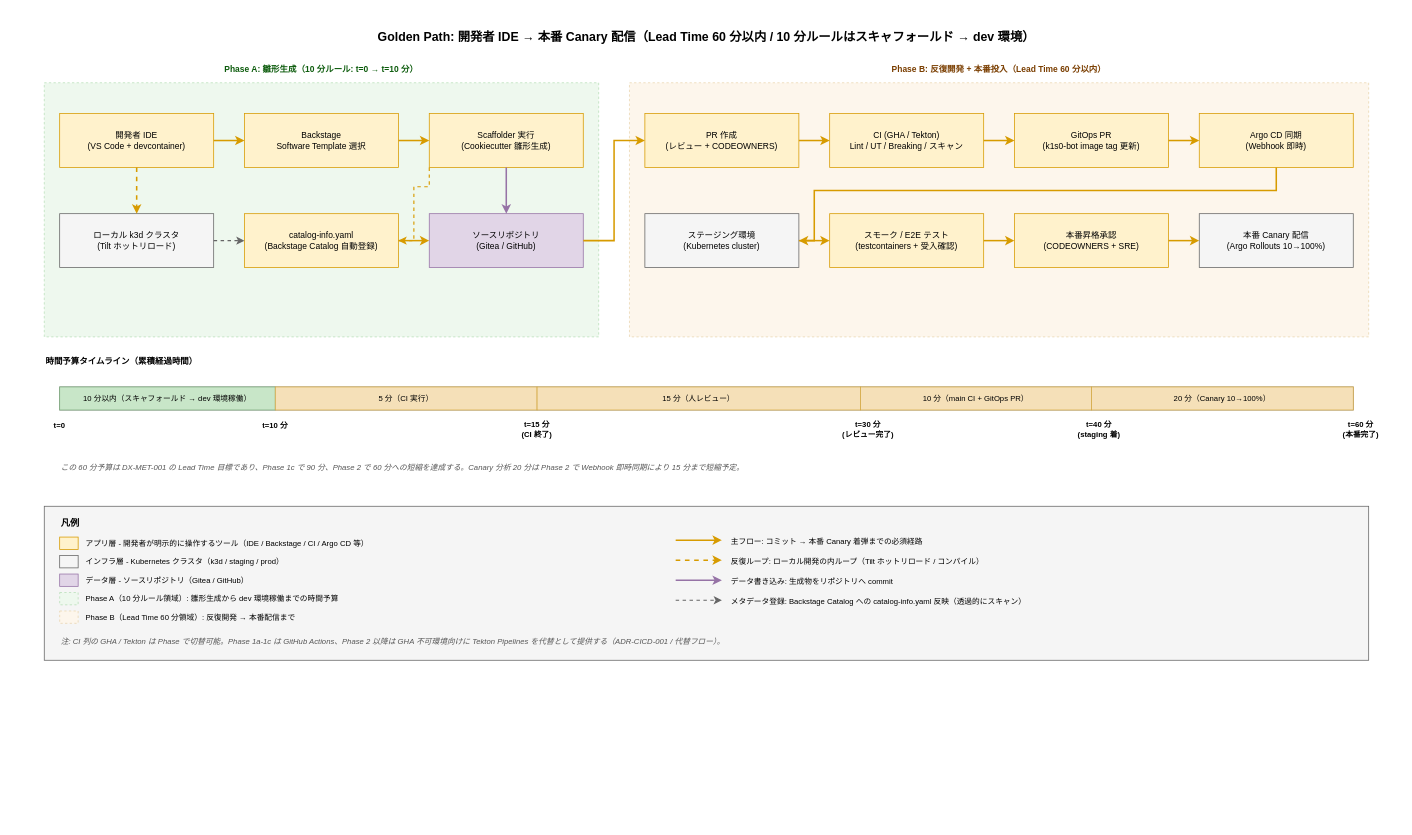
RyuheiKiso/k1s0 keeps this draw.io diagram as docs/04_概要設計/70_開発者体験方式設計/img/golden_path_ide_to_prod.drawio. Above is the earlier version. Source tidied: cells renumbered, new cells numbered last; positions are measured from the earlier drawing's top-left corner, leaving out a move shared by most shapes. Both pictures are drawn from the tidied source at 77%, with x=0, y=0 at pixel (13, 13).
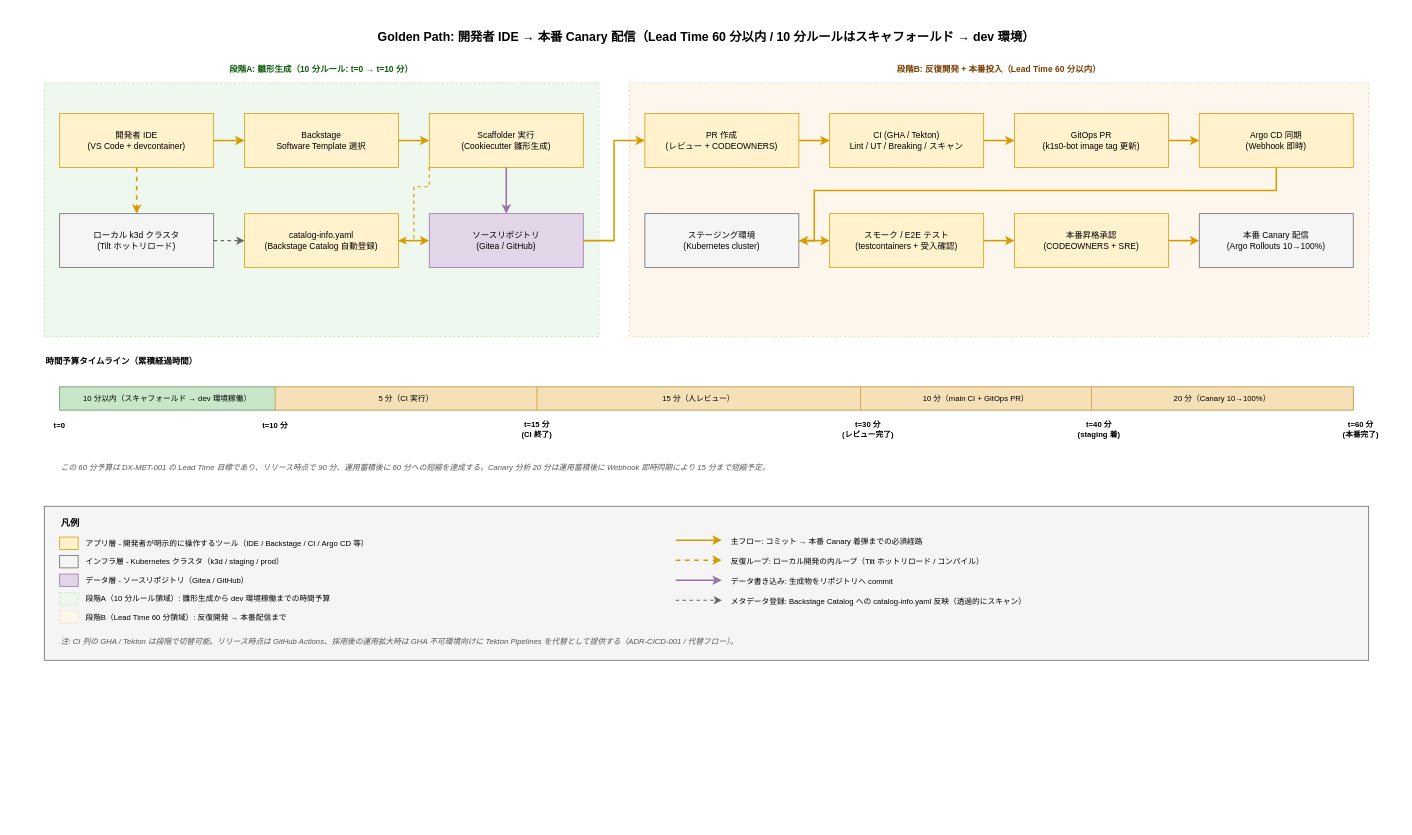
Above is the later version.

What changed in the source:
```diff
@@
-    <mxCell id="4" value="Phase A: 雛形生成（10 分ルール: t=0 → t=10 分）" style="text;html=1;strokeColor=none;fillColor=none;align=center;verticalAlign=middle;whiteSpace=wrap;fontSize=11;fontStyle=1;fontColor=#0d5c0d;" parent="1" vertex="1">
-      <mxGeometry x="40" y="60" width="720" height="24" as="geometry" />
-    </mxCell>
-    <mxCell id="5" value="Phase B: 反復開発 + 本番投入（Lead Time 60 分以内）" style="text;html=1;strokeColor=none;fillColor=none;align=center;verticalAlign=middle;whiteSpace=wrap;fontSize=11;fontStyle=1;fontColor=#7a3e00;" parent="1" vertex="1">
-      <mxGeometry x="800" y="60" width="960" height="24" as="geometry" />
-    </mxCell>
+    <mxCell id="72" value="段階A: 雛形生成（10 分ルール: t=0 → t=10 分）" style="text;html=1;strokeColor=none;fillColor=none;align=center;verticalAlign=middle;whiteSpace=wrap;fontSize=11;fontStyle=1;fontColor=#0d5c0d;" parent="1" vertex="1">
+      <mxGeometry x="40" y="60" width="720" height="24" as="geometry" />
+    </mxCell>
+    <mxCell id="73" value="段階B: 反復開発 + 本番投入（Lead Time 60 分以内）" style="text;html=1;strokeColor=none;fillColor=none;align=center;verticalAlign=middle;whiteSpace=wrap;fontSize=11;fontStyle=1;fontColor=#7a3e00;" parent="1" vertex="1">
+      <mxGeometry x="800" y="60" width="960" height="24" as="geometry" />
+    </mxCell>
@@
-    <mxCell id="35" value="この 60 分予算は DX-MET-001 の Lead Time 目標であり、Phase 1c で 90 分、Phase 2 で 60 分への短縮を達成する。Canary 分析 20 分は Phase 2 で Webhook 即時同期により 15 分まで短縮予定。" style="text;html=1;strokeColor=none;fillColor=none;align=left;verticalAlign=middle;whiteSpace=wrap;fontSize=10;fontStyle=2;fontColor=#555555;" parent="1" vertex="1">
+    <mxCell id="35" value="この 60 分予算は DX-MET-001 の Lead Time 目標であり、リリース時点で 90 分、運用蓄積後に 60 分への短縮を達成する。Canary 分析 20 分は運用蓄積後に Webhook 即時同期により 15 分まで短縮予定。" style="text;html=1;strokeColor=none;fillColor=none;align=left;verticalAlign=middle;whiteSpace=wrap;fontSize=10;fontStyle=2;fontColor=#555555;" parent="1" vertex="1">
       <mxGeometry x="60" y="570" width="1680" height="40" as="geometry" />
     </mxCell>
@@
-    <mxCell id="60" value="Phase A（10 分ルール領域）: 雛形生成から dev 環境稼働までの時間予算" style="text;html=1;strokeColor=none;fillColor=none;align=left;verticalAlign=middle;whiteSpace=wrap;fontSize=10;" parent="1" vertex="1">
-      <mxGeometry x="92" y="748" width="700" height="24" as="geometry" />
-    </mxCell>
+    <mxCell id="74" value="段階A（10 分ルール領域）: 雛形生成から dev 環境稼働までの時間予算" style="text;html=1;strokeColor=none;fillColor=none;align=left;verticalAlign=middle;whiteSpace=wrap;fontSize=10;" parent="1" vertex="1">
+      <mxGeometry x="92" y="748" width="700" height="24" as="geometry" />
+    </mxCell>
@@
-    <mxCell id="62" value="Phase B（Lead Time 60 分領域）: 反復開発 → 本番配信まで" style="text;html=1;strokeColor=none;fillColor=none;align=left;verticalAlign=middle;whiteSpace=wrap;fontSize=10;" parent="1" vertex="1">
-      <mxGeometry x="92" y="772" width="700" height="24" as="geometry" />
-    </mxCell>
+    <mxCell id="75" value="段階B（Lead Time 60 分領域）: 反復開発 → 本番配信まで" style="text;html=1;strokeColor=none;fillColor=none;align=left;verticalAlign=middle;whiteSpace=wrap;fontSize=10;" parent="1" vertex="1">
+      <mxGeometry x="92" y="772" width="700" height="24" as="geometry" />
+    </mxCell>
@@
-    <mxCell id="71" value="注: CI 列の GHA / Tekton は Phase で切替可能。Phase 1a-1c は GitHub Actions、Phase 2 以降は GHA 不可環境向けに Tekton Pipelines を代替として提供する（ADR-CICD-001 / 代替フロー）。" style="text;html=1;strokeColor=none;fillColor=none;align=left;verticalAlign=middle;whiteSpace=wrap;fontSize=10;fontStyle=2;fontColor=#555555;" parent="1" vertex="1">
+    <mxCell id="71" value="注: CI 列の GHA / Tekton は段階で切替可能。リリース時点は GitHub Actions、採用後の運用拡大時は GHA 不可環境向けに Tekton Pipelines を代替として提供する（ADR-CICD-001 / 代替フロー）。" style="text;html=1;strokeColor=none;fillColor=none;align=left;verticalAlign=middle;whiteSpace=wrap;fontSize=10;fontStyle=2;fontColor=#555555;" parent="1" vertex="1">
       <mxGeometry x="60" y="804" width="1680" height="24" as="geometry" />
     </mxCell>
```
